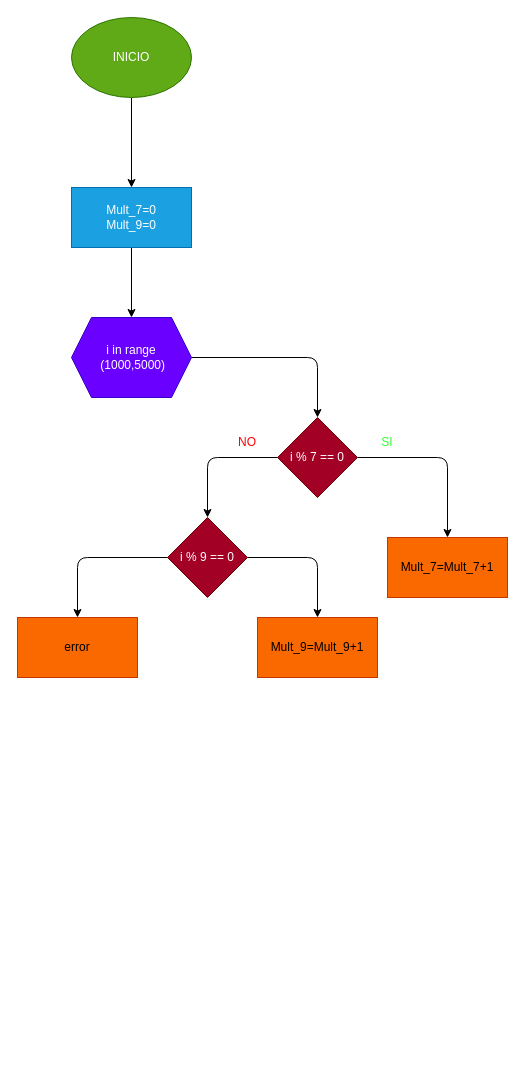
Above: ejercicio-2/diagrama.drawio in Steeven117/Ejercicio-for (draw.io), before the change. Source tidied: cells renumbered, new cells numbered last; positions are measured from the earlier drawing's top-left corner, leaving out a move shared by most shapes. Both pictures are drawn from the tidied source at 100%, with x=0, y=0 at pixel (17, 17).
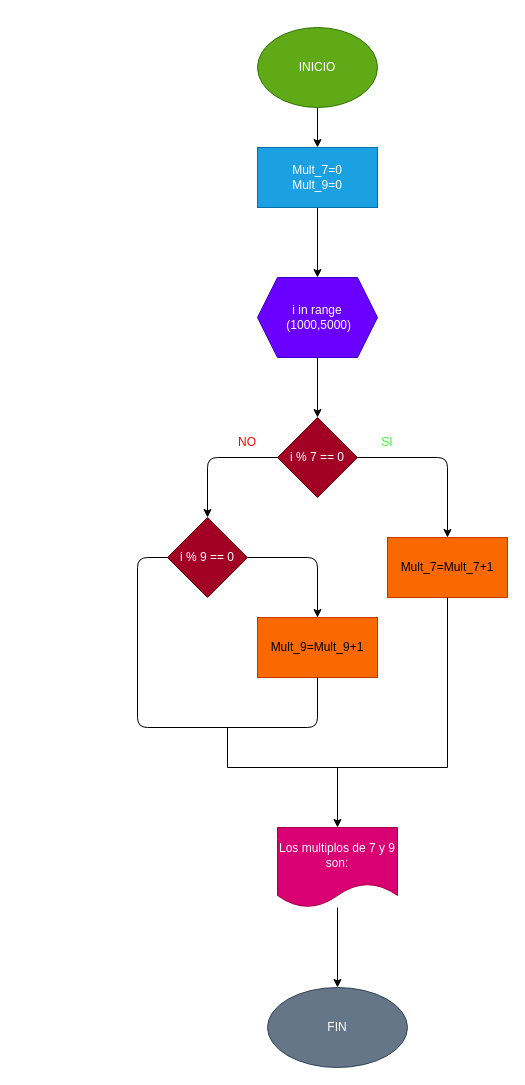
The same diagram, later.

The change refers to these unchanged cells:
```xml
<mxCell id="10" value="i % 7 == 0" style="rhombus;whiteSpace=wrap;html=1;fillColor=#a20025;fontColor=#ffffff;strokeColor=#6F0000;" parent="1" vertex="1">
  <mxGeometry x="260" y="400" width="80" height="80" as="geometry" />
</mxCell>
<mxCell id="11" value="Mult_7=Mult_7+1" style="whiteSpace=wrap;html=1;fillColor=#fa6800;fontColor=#000000;strokeColor=#C73500;" parent="1" vertex="1">
  <mxGeometry x="370" y="520" width="120" height="60" as="geometry" />
</mxCell>
<mxCell id="14" value="i % 9 == 0" style="rhombus;whiteSpace=wrap;html=1;fillColor=#a20025;fontColor=#ffffff;strokeColor=#6F0000;" parent="1" vertex="1">
  <mxGeometry x="150" y="500" width="80" height="80" as="geometry" />
</mxCell>
<mxCell id="15" value="Mult_9=Mult_9+1" style="whiteSpace=wrap;html=1;fillColor=#fa6800;fontColor=#000000;strokeColor=#C73500;" parent="1" vertex="1">
  <mxGeometry x="240" y="600" width="120" height="60" as="geometry" />
</mxCell>
```

Diff of the diagram source:
```diff
@@
     <mxCell id="3" value="INICIO" style="ellipse;whiteSpace=wrap;html=1;fillColor=#60a917;fontColor=#ffffff;strokeColor=#2D7600;" parent="1" vertex="1">
-      <mxGeometry x="54" width="120" height="80" as="geometry" />
+      <mxGeometry x="240" y="10" width="120" height="80" as="geometry" />
     </mxCell>
@@
     <mxCell id="5" value="Mult_7=0&lt;br&gt;Mult_9=0" style="whiteSpace=wrap;html=1;fillColor=#1ba1e2;fontColor=#ffffff;strokeColor=#006EAF;" parent="1" vertex="1">
-      <mxGeometry x="54" y="170" width="120" height="60" as="geometry" />
+      <mxGeometry x="240" y="130" width="120" height="60" as="geometry" />
     </mxCell>
-    <mxCell id="6" style="edgeStyle=none;html=1;" parent="1" edge="1" source="7" target="10">
-      <mxGeometry relative="1" as="geometry">
-        <Array as="points">
-          <mxPoint x="300" y="340" />
-        </Array>
-      </mxGeometry>
+    <mxCell id="6" style="edgeStyle=none;html=1;entryX=0.5;entryY=0;entryDx=0;entryDy=0;" parent="1" edge="1" source="7" target="10">
+      <mxGeometry relative="1" as="geometry" />
     </mxCell>
     <mxCell id="7" value="i in range&lt;br&gt;&amp;nbsp;(1000,5000)" style="shape=hexagon;perimeter=hexagonPerimeter2;whiteSpace=wrap;html=1;fixedSize=1;fillColor=#6a00ff;fontColor=#ffffff;strokeColor=#3700CC;" parent="1" vertex="1">
-      <mxGeometry x="54" y="300" width="120" height="80" as="geometry" />
+      <mxGeometry x="240" y="260" width="120" height="80" as="geometry" />
     </mxCell>
@@
-    <mxCell id="13" style="edgeStyle=none;html=1;" parent="1" edge="1" source="14" target="16">
-      <mxGeometry relative="1" as="geometry">
-        <Array as="points">
-          <mxPoint x="60" y="540" />
-        </Array>
-      </mxGeometry>
-    </mxCell>
@@
-    <mxCell id="16" value="error" style="whiteSpace=wrap;html=1;fillColor=#fa6800;fontColor=#000000;strokeColor=#C73500;" parent="1" vertex="1">
-      <mxGeometry y="600" width="120" height="60" as="geometry" />
-    </mxCell>
@@
+    <mxCell id="19" style="endArrow=none;html=1;entryX=0;entryY=0.5;entryDx=0;entryDy=0;exitX=0.5;exitY=1;exitDx=0;exitDy=0;" parent="1" edge="1" source="15" target="14">
+      <mxGeometry relative="1" as="geometry">
+        <Array as="points">
+          <mxPoint x="300" y="710" />
+          <mxPoint x="120" y="710" />
+          <mxPoint x="120" y="540" />
+        </Array>
+      </mxGeometry>
+    </mxCell>
+    <mxCell id="20" style="endArrow=none;html=1;" parent="1" edge="1">
+      <mxGeometry relative="1" as="geometry">
+        <mxPoint x="210" y="710" as="sourcePoint" />
+        <mxPoint x="210" y="750" as="targetPoint" />
+      </mxGeometry>
+    </mxCell>
+    <mxCell id="21" style="endArrow=none;html=1;entryX=0.5;entryY=1;entryDx=0;entryDy=0;" parent="1" edge="1" target="11">
+      <mxGeometry relative="1" as="geometry">
+        <mxPoint x="430" y="750" as="sourcePoint" />
+      </mxGeometry>
+    </mxCell>
+    <mxCell id="22" style="endArrow=none;html=1;" parent="1" edge="1">
+      <mxGeometry relative="1" as="geometry">
+        <mxPoint x="210" y="750" as="sourcePoint" />
+        <mxPoint x="430" y="750" as="targetPoint" />
+      </mxGeometry>
+    </mxCell>
+    <mxCell id="23" style="endArrow=classic;html=1;entryX=0.5;entryY=0;entryDx=0;entryDy=0;" parent="1" edge="1" target="25">
+      <mxGeometry relative="1" as="geometry">
+        <mxPoint x="320" y="750" as="sourcePoint" />
+      </mxGeometry>
+    </mxCell>
+    <mxCell id="24" style="edgeStyle=none;html=1;" parent="1" edge="1" source="25" target="26">
+      <mxGeometry relative="1" as="geometry" />
+    </mxCell>
+    <mxCell id="25" value="Los multiplos de 7 y 9 son:" style="shape=document;whiteSpace=wrap;html=1;boundedLbl=1;fillColor=#d80073;fontColor=#ffffff;strokeColor=#A50040;" parent="1" vertex="1">
+      <mxGeometry x="260" y="810" width="120" height="80" as="geometry" />
+    </mxCell>
+    <mxCell id="26" value="FIN" style="ellipse;whiteSpace=wrap;html=1;fillColor=#647687;strokeColor=#314354;fontColor=#ffffff;" parent="1" vertex="1">
+      <mxGeometry x="250" y="970" width="140" height="80" as="geometry" />
+    </mxCell>
```
